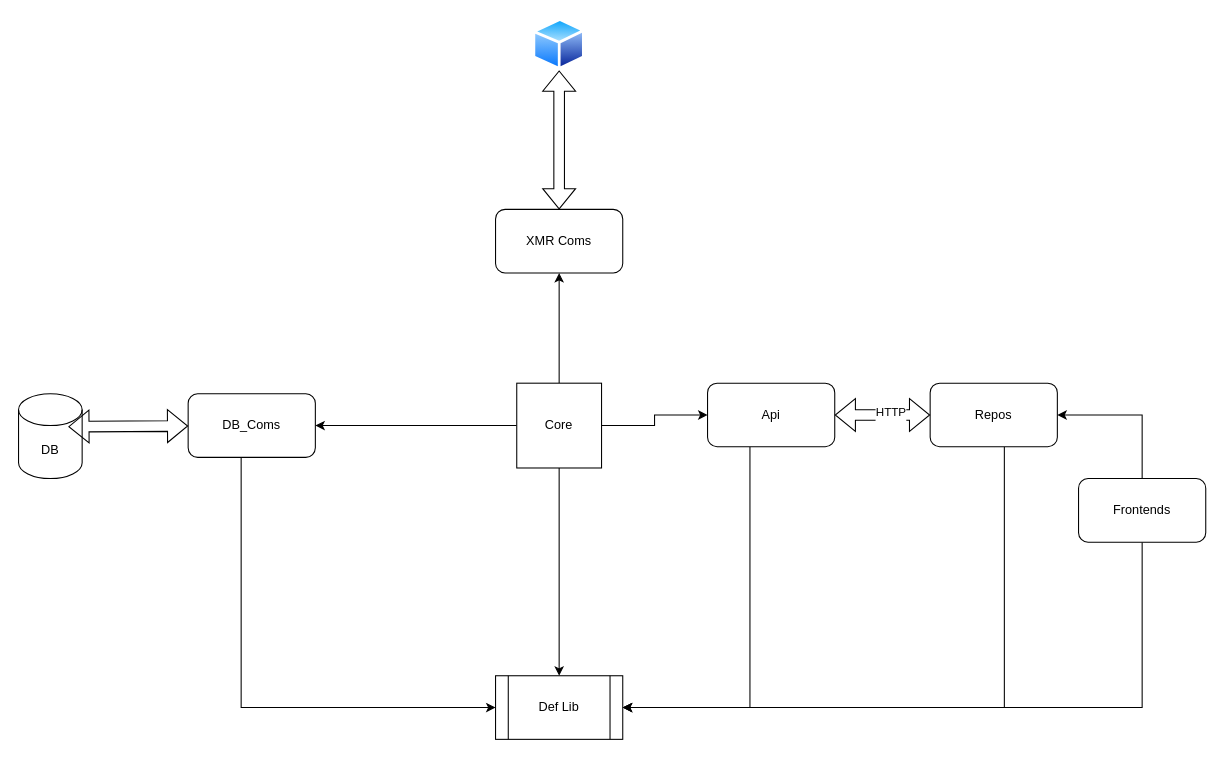
Before: Závislosti.drawio in WeeeBuch/CtrlPay, a draw.io diagram. Source tidied: cells renumbered, new cells numbered last; positions are measured from the earlier drawing's top-left corner, leaving out a move shared by most shapes. Both pictures are drawn from the tidied source at 106%, with x=0, y=0 at pixel (18, 18).
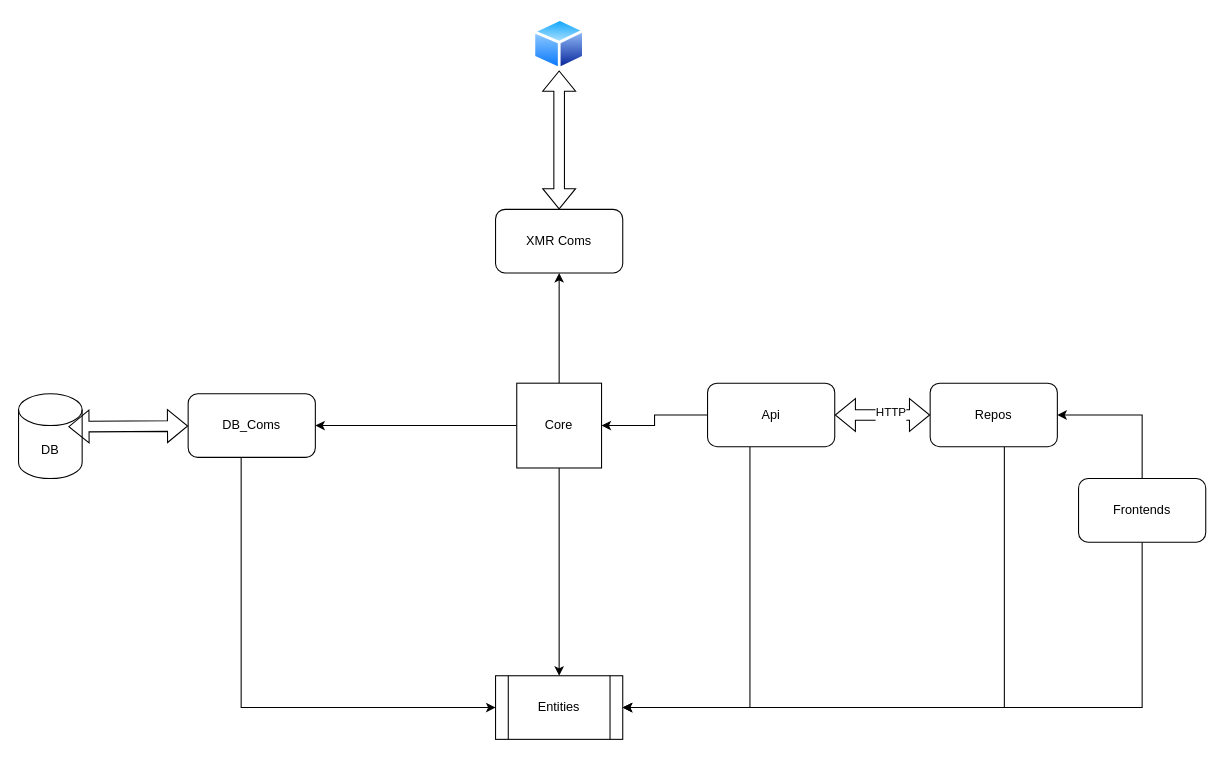
Above is the later version.

Unchanged cells that the change refers to:
```xml
<mxCell id="11" value="Core" style="whiteSpace=wrap;html=1;" parent="1" vertex="1">
  <mxGeometry x="470" y="344" width="80" height="80" as="geometry" />
</mxCell>
<mxCell id="14" value="Api" style="rounded=1;whiteSpace=wrap;html=1;" parent="1" vertex="1">
  <mxGeometry x="650" y="344" width="120" height="60" as="geometry" />
</mxCell>
```

What changed in the source:
```diff
@@
-    <mxCell id="6" value="Def Lib" style="shape=process;whiteSpace=wrap;html=1;backgroundOutline=1;" parent="1" vertex="1">
+    <mxCell id="6" value="Entities" style="shape=process;whiteSpace=wrap;html=1;backgroundOutline=1;" parent="1" vertex="1">
       <mxGeometry x="450" y="620" width="120" height="60" as="geometry" />
     </mxCell>
@@
-    <mxCell id="10" style="edgeStyle=orthogonalEdgeStyle;rounded=0;jettySize=auto;html=1;" parent="1" edge="1" source="11" target="14">
-      <mxGeometry relative="1" as="geometry" />
-    </mxCell>
@@
+    <mxCell id="24" style="edgeStyle=orthogonalEdgeStyle;rounded=0;jettySize=auto;html=1;" parent="1" edge="1" source="14" target="11">
+      <mxGeometry relative="1" as="geometry" />
+    </mxCell>
```
